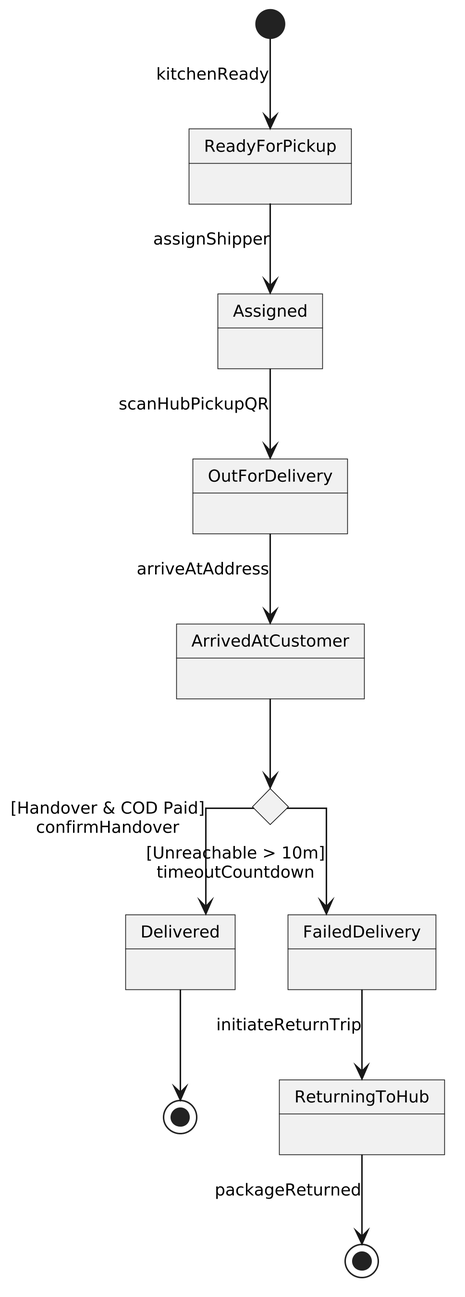
DoQuocTrung06/SaigonBite-RAD-TeamF10 keeps this PlantUML diagram as Part_2/image_Tuu/UC10_State_Machine.png. Above is the earlier version.
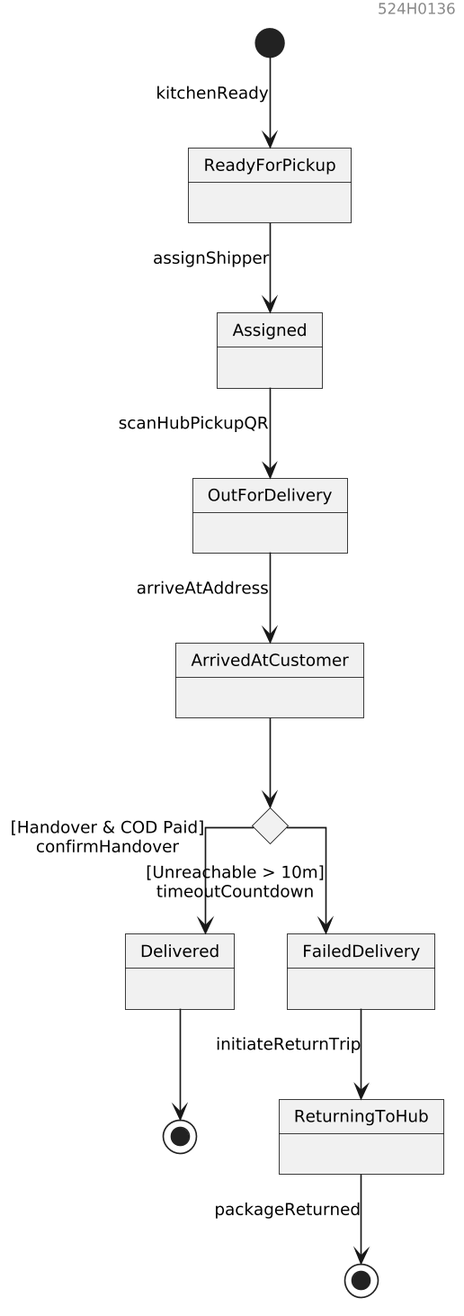
After the change.

The edit, as a diff of the source:
```diff
@@ -5,8 +5,9 @@
 skinparam defaultFontName Arial
 skinparam defaultFontSize 11
 skinparam roundCorner 0
-skinparam dpi 300
+skinparam dpi 160
 skinparam linetype ortho
+right header 524H0136
 
 [*] --> ReadyForPickup : kitchenReady
 ReadyForPickup --> Assigned : assignShipper
```
